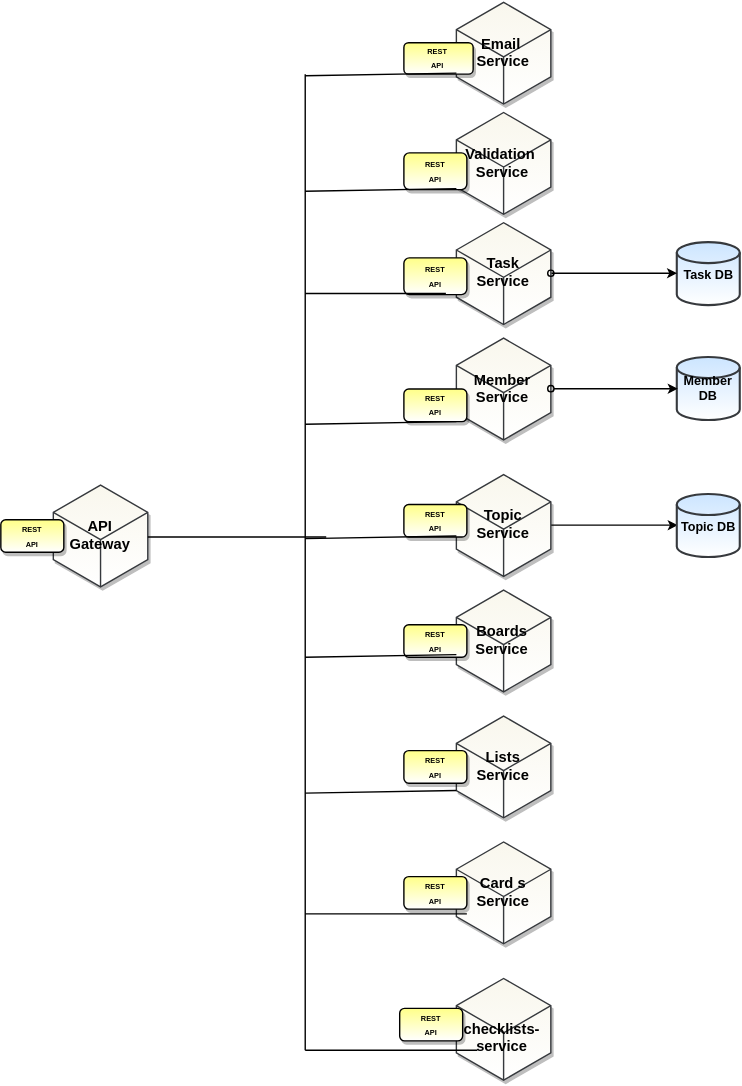
This is Task Management Microservice Architecture.svg from Frong-nt/Task-Management-Services, a draw.io export, as it was before one commit. Source tidied: cells renumbered, new cells last; positions are measured from the earlier drawing's top-left corner, leaving out a move shared by most shapes.
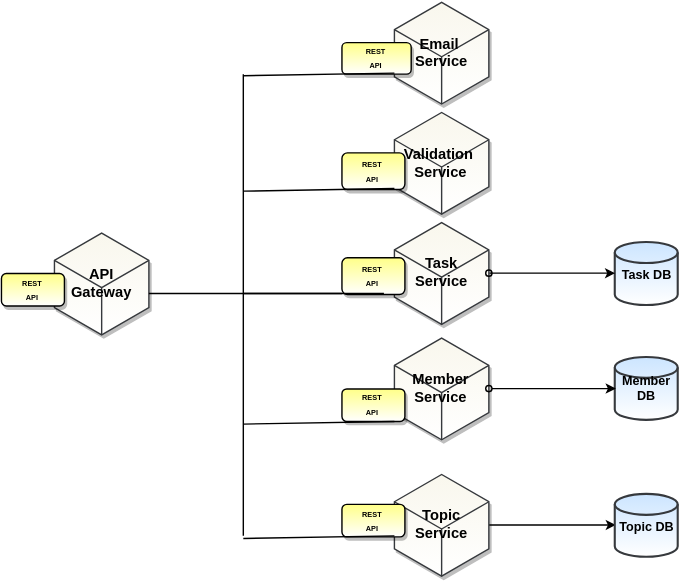
After the change.

What changed in the source:
```diff
@@ -54,35 +54,12 @@
     <mxCell id="17" value="&lt;b&gt;&lt;font style=&quot;font-size: 7px&quot;&gt;REST &lt;br&gt;API&lt;/font&gt;&lt;/b&gt;" style="rounded=1;whiteSpace=wrap;html=1;shadow=1;strokeColor=#000000;fillColor=#ffff88;gradientColor=#ffffff;glass=0;comic=0;" parent="1" vertex="1">
       <mxGeometry x="384" y="480" width="60" height="31" as="geometry" />
     </mxCell>
-    <mxCell id="18" value="&lt;span style=&quot;font-size: 14px&quot;&gt;&lt;b&gt;Boards Service&lt;/b&gt;&lt;/span&gt;" style="html=1;whiteSpace=wrap;shape=isoCube;backgroundOutline=1;fillColor=#f9f7ed;strokeColor=#36393d;shadow=1;gradientColor=#ffffff;" parent="1" vertex="1">
-      <mxGeometry x="434" y="560" width="90" height="100" as="geometry" />
-    </mxCell>
-    <mxCell id="19" value="&lt;span style=&quot;font-size: 14px&quot;&gt;&lt;b&gt;Lists &lt;br&gt;Service&lt;/b&gt;&lt;/span&gt;" style="html=1;whiteSpace=wrap;shape=isoCube;backgroundOutline=1;fillColor=#f9f7ed;strokeColor=#36393d;shadow=1;gradientColor=#ffffff;" parent="1" vertex="1">
-      <mxGeometry x="434" y="680" width="90" height="100" as="geometry" />
-    </mxCell>
-    <mxCell id="20" value="&lt;b&gt;&lt;font style=&quot;font-size: 7px&quot;&gt;REST &lt;br&gt;API&lt;/font&gt;&lt;/b&gt;" style="rounded=1;whiteSpace=wrap;html=1;shadow=1;strokeColor=#000000;fillColor=#ffff88;gradientColor=#ffffff;glass=0;comic=0;" parent="1" vertex="1">
-      <mxGeometry x="384" y="594.5" width="60" height="31" as="geometry" />
-    </mxCell>
-    <mxCell id="21" value="&lt;b&gt;&lt;font style=&quot;font-size: 7px&quot;&gt;REST &lt;br&gt;API&lt;/font&gt;&lt;/b&gt;" style="rounded=1;whiteSpace=wrap;html=1;shadow=1;strokeColor=#000000;fillColor=#ffff88;gradientColor=#ffffff;glass=0;comic=0;" parent="1" vertex="1">
-      <mxGeometry x="384" y="714.5" width="60" height="31" as="geometry" />
-    </mxCell>
     <mxCell id="22" style="endArrow=none;html=1;" parent="1" edge="1">
       <mxGeometry relative="1" as="geometry">
-        <mxPoint x="290" y="1000" as="sourcePoint" />
+        <mxPoint x="290" y="510" as="sourcePoint" />
         <mxPoint x="290" y="70" as="targetPoint" />
       </mxGeometry>
     </mxCell>
-    <mxCell id="23" style="endArrow=none;html=1;entryX=0;entryY=0;entryDx=0;entryDy=72.5;entryPerimeter=0;" parent="1" edge="1" target="19">
-      <mxGeometry relative="1" as="geometry">
-        <mxPoint x="290" y="755" as="sourcePoint" />
-      </mxGeometry>
-    </mxCell>
-    <mxCell id="24" style="endArrow=none;html=1;entryX=0;entryY=0;entryDx=0;entryDy=72.5;entryPerimeter=0;" parent="1" edge="1">
-      <mxGeometry relative="1" as="geometry">
-        <mxPoint x="290" y="625.5" as="sourcePoint" />
-        <mxPoint x="434" y="623" as="targetPoint" />
-      </mxGeometry>
-    </mxCell>
     <mxCell id="25" style="endArrow=none;html=1;entryX=0;entryY=0;entryDx=0;entryDy=72.5;entryPerimeter=0;" parent="1" edge="1">
       <mxGeometry relative="1" as="geometry">
         <mxPoint x="290" y="512.5" as="sourcePoint" />
@@ -113,41 +90,17 @@
         <mxPoint x="434" y="69" as="targetPoint" />
       </mxGeometry>
     </mxCell>
-    <mxCell id="30" value="&lt;span style=&quot;font-size: 14px&quot;&gt;&lt;b&gt;Card s&lt;br&gt;Service&lt;/b&gt;&lt;/span&gt;" style="html=1;whiteSpace=wrap;shape=isoCube;backgroundOutline=1;fillColor=#f9f7ed;strokeColor=#36393d;shadow=1;gradientColor=#ffffff;" parent="1" vertex="1">
-      <mxGeometry x="434" y="800" width="90" height="100" as="geometry" />
-    </mxCell>
-    <mxCell id="31" style="endArrow=none;html=1;entryX=0;entryY=0;entryDx=0;entryDy=72.5;entryPerimeter=0;" parent="1" edge="1">
-      <mxGeometry relative="1" as="geometry">
-        <mxPoint x="290" y="870" as="sourcePoint" />
-        <mxPoint x="444" y="870" as="targetPoint" />
-      </mxGeometry>
-    </mxCell>
-    <mxCell id="32" value="&lt;b&gt;&lt;font style=&quot;font-size: 7px&quot;&gt;REST &lt;br&gt;API&lt;/font&gt;&lt;/b&gt;" style="rounded=1;whiteSpace=wrap;html=1;shadow=1;strokeColor=#000000;fillColor=#ffff88;gradientColor=#ffffff;glass=0;comic=0;" parent="1" vertex="1">
-      <mxGeometry x="384" y="834.5" width="60" height="31" as="geometry" />
-    </mxCell>
-    <mxCell id="33" value="&lt;span style=&quot;font-size: 14px&quot;&gt;&lt;b&gt;&amp;nbsp; &amp;nbsp; checklists-service&lt;/b&gt;&lt;/span&gt;" style="html=1;whiteSpace=wrap;shape=isoCube;backgroundOutline=1;fillColor=#f9f7ed;strokeColor=#36393d;shadow=1;gradientColor=#ffffff;" parent="1" vertex="1">
-      <mxGeometry x="434" y="930" width="90" height="100" as="geometry" />
-    </mxCell>
-    <mxCell id="34" value="&lt;b&gt;&lt;font style=&quot;font-size: 7px&quot;&gt;REST &lt;br&gt;API&lt;/font&gt;&lt;/b&gt;" style="rounded=1;whiteSpace=wrap;html=1;shadow=1;strokeColor=#000000;fillColor=#ffff88;gradientColor=#ffffff;glass=0;comic=0;" parent="1" vertex="1">
-      <mxGeometry x="380" y="960" width="60" height="31" as="geometry" />
-    </mxCell>
-    <mxCell id="35" style="endArrow=none;html=1;entryX=0;entryY=0;entryDx=0;entryDy=72.5;entryPerimeter=0;" parent="1" edge="1">
-      <mxGeometry relative="1" as="geometry">
-        <mxPoint x="290" y="1000" as="sourcePoint" />
-        <mxPoint x="454" y="1000" as="targetPoint" />
-      </mxGeometry>
-    </mxCell>
     <mxCell id="36" value="&lt;span style=&quot;font-size: 14px&quot;&gt;&lt;b&gt;API &lt;br&gt;Gateway&lt;/b&gt;&lt;/span&gt;" style="html=1;whiteSpace=wrap;shape=isoCube;backgroundOutline=1;fillColor=#f9f7ed;strokeColor=#36393d;shadow=1;gradientColor=#ffffff;" parent="1" vertex="1">
-      <mxGeometry x="50" y="460" width="90" height="100" as="geometry" />
+      <mxGeometry x="110" y="220" width="90" height="100" as="geometry" />
     </mxCell>
     <mxCell id="37" style="endArrow=none;html=1;" parent="1" edge="1">
       <mxGeometry relative="1" as="geometry">
-        <mxPoint x="140" y="511" as="sourcePoint" />
-        <mxPoint x="310" y="511" as="targetPoint" />
+        <mxPoint x="200" y="279" as="sourcePoint" />
+        <mxPoint x="384" y="279" as="targetPoint" />
       </mxGeometry>
     </mxCell>
     <mxCell id="38" value="&lt;b&gt;&lt;font style=&quot;font-size: 7px&quot;&gt;REST &lt;br&gt;API&lt;/font&gt;&lt;/b&gt;" style="rounded=1;whiteSpace=wrap;html=1;shadow=1;strokeColor=#000000;fillColor=#ffff88;gradientColor=#ffffff;glass=0;comic=0;" parent="1" vertex="1">
-      <mxGeometry y="494.5" width="60" height="31" as="geometry" />
+      <mxGeometry x="59.5" y="260" width="60" height="31" as="geometry" />
     </mxCell>
   </root>
 </mxGraphModel>
```
